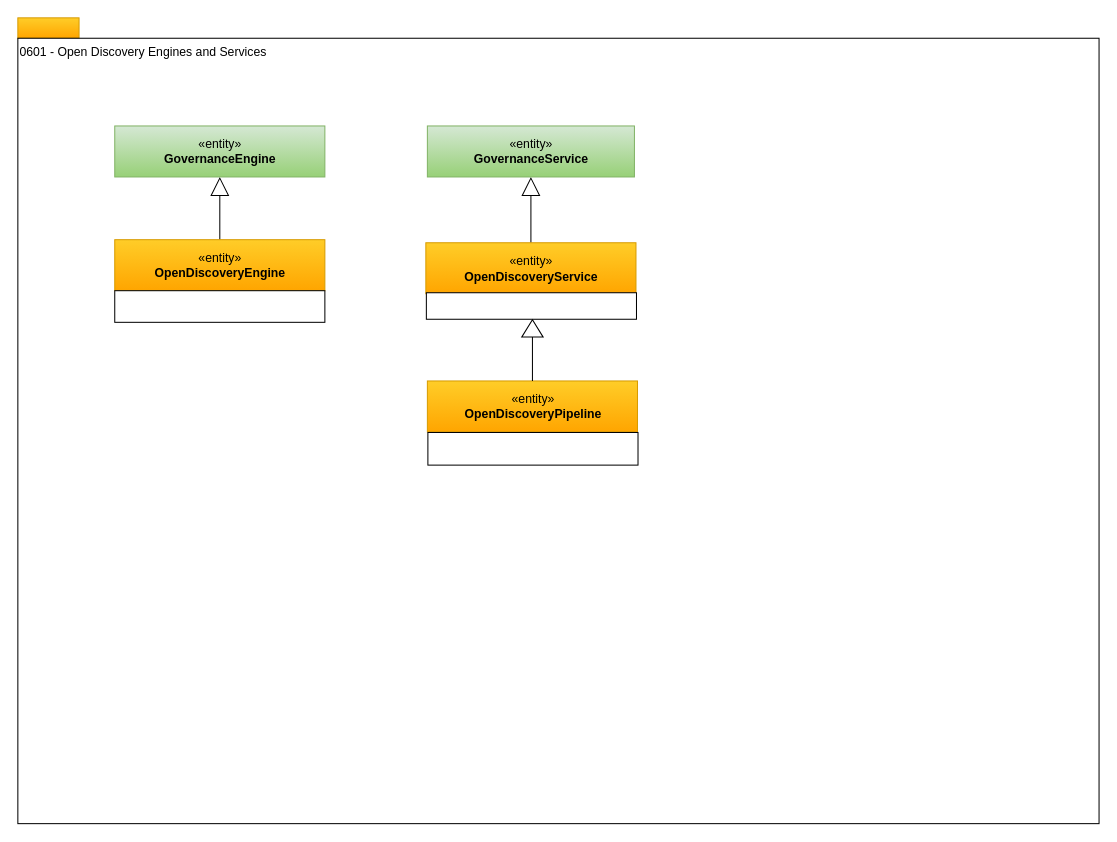
Earlier version of the draw.io diagram page "0601-Open-Discovery-Engine" (2 of 16) of site/docs/types/6/area-6-discovery.drawio (odpi/egeria-docs). Source tidied: cells renumbered, new cells numbered last; positions are measured from the earlier drawing's top-left corner, leaving out a move shared by most shapes. Both pictures are drawn from the tidied source at 102%, with x=0, y=0 at pixel (17, 17).
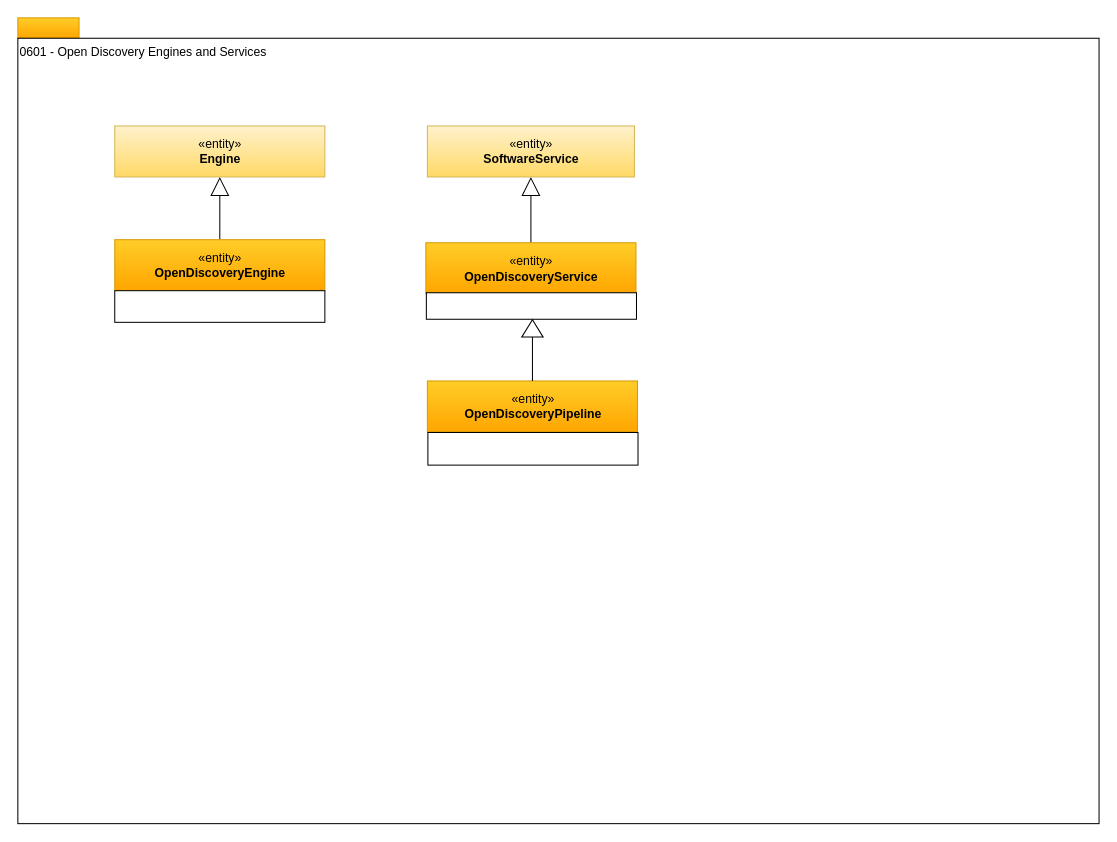
After the change.

Diff of the diagram source:
```diff
@@
 <mxGraphModel>
   <root>
     <mxCell id="0" />
     <mxCell id="1" parent="0" />
     <mxCell id="2" style="rounded=0;whiteSpace=wrap;html=1;align=left;fillColor=#ffcd28;strokeColor=#d79b00;gradientColor=#ffa500;" parent="1" vertex="1">
       <mxGeometry width="60" height="20" as="geometry" />
     </mxCell>
     <mxCell id="3" value="0601 - Open Discovery Engines and Services" style="rounded=0;whiteSpace=wrap;html=1;align=left;verticalAlign=top;" parent="1" vertex="1">
       <mxGeometry y="20" width="1060" height="770" as="geometry" />
     </mxCell>
     <mxCell id="4" style="edgeStyle=orthogonalEdgeStyle;rounded=0;jettySize=auto;html=1;exitX=0.5;exitY=0;exitDx=0;exitDy=0;entryX=0.5;entryY=1;entryDx=0;entryDy=0;endArrow=block;endFill=0;endSize=16;" parent="1" edge="1" source="5" target="7">
       <mxGeometry relative="1" as="geometry" />
     </mxCell>
     <mxCell id="5" value="«entity»&lt;br&gt;&lt;b&gt;OpenDiscoveryEngine&lt;/b&gt;" style="html=1;strokeColor=#d79b00;align=center;fillColor=#ffcd28;gradientColor=#ffa500;" parent="1" vertex="1">
       <mxGeometry x="95" y="217.5" width="206" height="50" as="geometry" />
     </mxCell>
     <mxCell id="6" style="rounded=0;whiteSpace=wrap;html=1;strokeColor=#000000;gradientColor=#ffffff;align=center;" parent="1" vertex="1">
       <mxGeometry x="95" y="267.5" width="206" height="31" as="geometry" />
     </mxCell>
-    <mxCell id="7" value="«entity»&lt;br&gt;&lt;b&gt;GovernanceEngine&lt;/b&gt;" style="html=1;strokeColor=#82b366;align=center;fillColor=#d5e8d4;gradientColor=#97d077;" parent="1" vertex="1">
+    <mxCell id="7" value="«entity»&lt;br&gt;&lt;b&gt;Engine&lt;/b&gt;" style="html=1;strokeColor=#d6b656;align=center;fillColor=#fff2cc;gradientColor=#ffd966;" parent="1" vertex="1">
       <mxGeometry x="95" y="106" width="206" height="50" as="geometry" />
     </mxCell>
     <mxCell id="8" style="edgeStyle=orthogonalEdgeStyle;rounded=0;jettySize=auto;html=1;exitX=0.5;exitY=0;exitDx=0;exitDy=0;endArrow=block;endFill=0;endSize=16;" parent="1" edge="1" source="9" target="11">
       <mxGeometry relative="1" as="geometry" />
     </mxCell>
     <mxCell id="9" value="«entity»&lt;br&gt;&lt;b&gt;OpenDiscoveryService&lt;/b&gt;" style="html=1;strokeColor=#d79b00;align=center;fillColor=#ffcd28;gradientColor=#ffa500;" parent="1" vertex="1">
       <mxGeometry x="400" y="220.5" width="206" height="50" as="geometry" />
     </mxCell>
     <mxCell id="10" style="rounded=0;whiteSpace=wrap;html=1;strokeColor=#000000;gradientColor=#ffffff;align=left;" parent="1" vertex="1">
       <mxGeometry x="400.5" y="269.5" width="206" height="26" as="geometry" />
     </mxCell>
-    <mxCell id="11" value="«entity»&lt;br&gt;&lt;b&gt;GovernanceService&lt;/b&gt;" style="html=1;strokeColor=#82b366;align=center;fillColor=#d5e8d4;gradientColor=#97d077;" parent="1" vertex="1">
+    <mxCell id="11" value="«entity»&lt;br&gt;&lt;b&gt;SoftwareService&lt;/b&gt;" style="html=1;strokeColor=#d6b656;align=center;fillColor=#fff2cc;gradientColor=#ffd966;" parent="1" vertex="1">
       <mxGeometry x="401.5" y="106" width="203" height="50" as="geometry" />
     </mxCell>
     <mxCell id="12" value="«entity»&lt;br&gt;&lt;b&gt;OpenDiscoveryPipeline&lt;/b&gt;" style="html=1;strokeColor=#d79b00;align=center;fillColor=#ffcd28;gradientColor=#ffa500;" parent="1" vertex="1">
       <mxGeometry x="401.5" y="356" width="206" height="50" as="geometry" />
     </mxCell>
     <mxCell id="13" style="rounded=0;whiteSpace=wrap;html=1;strokeColor=#000000;gradientColor=#ffffff;align=left;" parent="1" vertex="1">
       <mxGeometry x="402" y="406.5" width="206" height="32" as="geometry" />
     </mxCell>
     <mxCell id="14" style="edgeStyle=orthogonalEdgeStyle;rounded=0;html=1;exitX=0;exitY=0.5;endArrow=none;endFill=0;jettySize=auto;entryX=0.5;entryY=0;" parent="1" edge="1" source="15" target="12">
       <mxGeometry relative="1" as="geometry" />
     </mxCell>
     <mxCell id="15" style="triangle;whiteSpace=wrap;html=1;strokeColor=#000000;gradientColor=#ffffff;align=center;rotation=-90;" parent="1" vertex="1">
       <mxGeometry x="496" y="294" width="17" height="21" as="geometry" />
     </mxCell>
   </root>
 </mxGraphModel>
```
